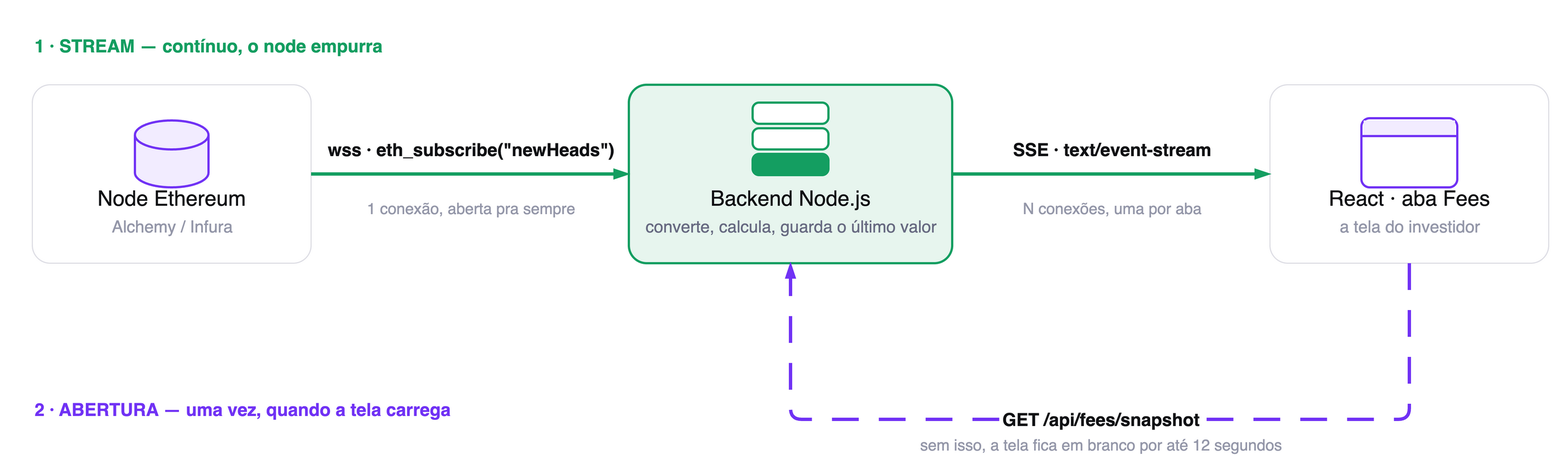
Earlier version of the draw.io export apps/web/public/diagrams/websocket-rpc-blockchain/arquitetura.png (Yuhtin/ics-select). Source tidied: cells renumbered, new cells last; positions are measured from the earlier drawing's top-left corner, leaving out a move shared by most shapes.
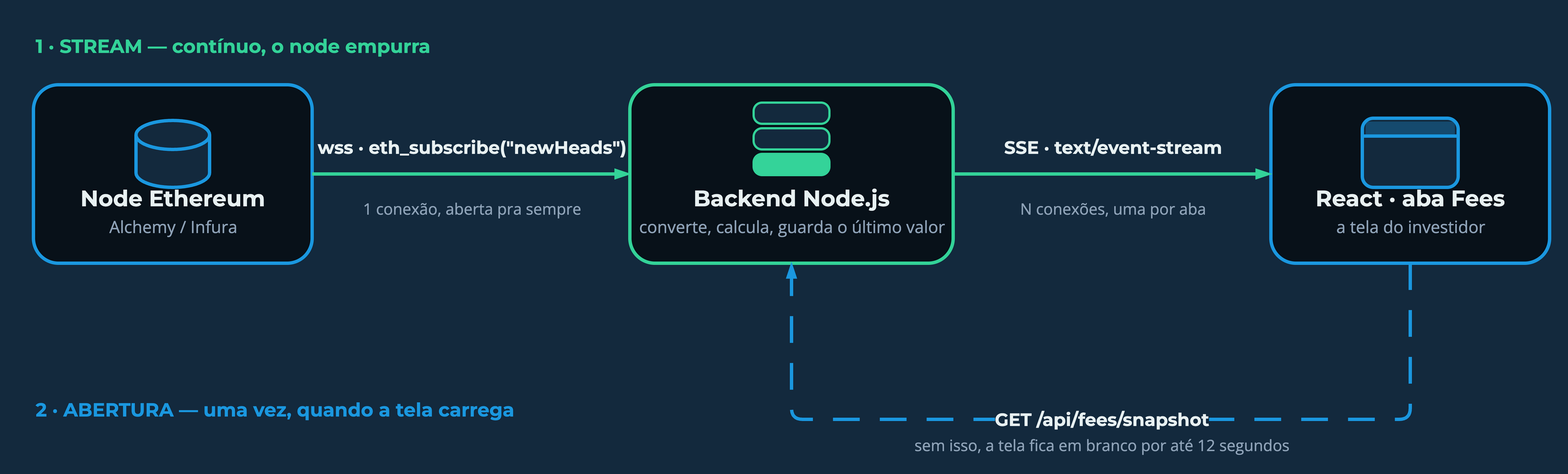
Later version of the same file.

What changed in the source:
```diff
@@ -1,71 +1,71 @@
-<mxGraphModel background="#ffffff">
+<mxGraphModel background="#13293d">
   <root>
     <mxCell id="0" />
     <mxCell id="1" parent="0" />
-    <mxCell id="2" value="1 · STREAM — contínuo, o node empurra" style="text;html=1;align=left;verticalAlign=middle;fontSize=16;fontStyle=1;fontColor=#149e61;fontFamily=Helvetica;" parent="1" vertex="1">
-      <mxGeometry width="440" height="26" as="geometry" />
+    <mxCell id="2" value="1 · STREAM — contínuo, o node empurra" style="text;html=1;align=left;verticalAlign=middle;fontSize=17;fontStyle=1;fontColor=#34d399;fontFamily=Montserrat;" parent="1" vertex="1">
+      <mxGeometry width="460" height="26" as="geometry" />
     </mxCell>
-    <mxCell id="3" value="Node Ethereum" style="rounded=1;arcSize=10;whiteSpace=wrap;html=1;fillColor=#ffffff;strokeColor=#dedee5;strokeWidth=1;fontSize=19;fontColor=#101114;fontFamily=Helvetica;verticalAlign=bottom;spacingBottom=44;" parent="1" vertex="1">
+    <mxCell id="3" value="Node Ethereum" style="rounded=1;arcSize=14;whiteSpace=wrap;html=1;fillColor=#081119;strokeColor=#1b98e0;strokeWidth=3;fontSize=20;fontColor=#e8f1f2;fontFamily=Montserrat;fontStyle=1;verticalAlign=bottom;spacingBottom=44;" parent="1" vertex="1">
       <mxGeometry y="48" width="250" height="160" as="geometry" />
     </mxCell>
-    <mxCell id="4" value="Alchemy / Infura" style="text;html=1;align=center;verticalAlign=middle;fontSize=15;fontColor=#9497a9;fontFamily=Helvetica;" parent="1" vertex="1">
+    <mxCell id="4" value="Alchemy / Infura" style="text;html=1;align=center;verticalAlign=middle;fontSize=15;fontColor=#8fa3b8;fontFamily=Open Sans;" parent="1" vertex="1">
       <mxGeometry y="164" width="250" height="22" as="geometry" />
     </mxCell>
-    <mxCell id="5" style="shape=cylinder3;boundedLbl=1;backgroundOutline=1;size=13;html=1;fillColor=#f2ecff;strokeColor=#7132f5;strokeWidth=2;" parent="1" vertex="1">
+    <mxCell id="5" style="shape=cylinder3;boundedLbl=1;backgroundOutline=1;size=13;html=1;fillColor=#13293d;strokeColor=#1b98e0;strokeWidth=3;" parent="1" vertex="1">
       <mxGeometry x="92" y="80" width="66" height="60" as="geometry" />
     </mxCell>
-    <mxCell id="6" value="Backend Node.js" style="rounded=1;arcSize=10;whiteSpace=wrap;html=1;fillColor=#e7f5ee;strokeColor=#149e61;strokeWidth=2;fontSize=19;fontColor=#101114;fontFamily=Helvetica;verticalAlign=bottom;spacingBottom=44;" parent="1" vertex="1">
+    <mxCell id="6" value="Backend Node.js" style="rounded=1;arcSize=14;whiteSpace=wrap;html=1;fillColor=#081119;strokeColor=#34d399;strokeWidth=3;fontSize=20;fontColor=#e8f1f2;fontFamily=Montserrat;fontStyle=1;verticalAlign=bottom;spacingBottom=44;" parent="1" vertex="1">
       <mxGeometry x="535" y="48" width="290" height="160" as="geometry" />
     </mxCell>
-    <mxCell id="7" value="converte, calcula, guarda o último valor" style="text;html=1;align=center;verticalAlign=middle;fontSize=15;fontColor=#686b82;fontFamily=Helvetica;" parent="1" vertex="1">
+    <mxCell id="7" value="converte, calcula, guarda o último valor" style="text;html=1;align=center;verticalAlign=middle;fontSize=15;fontColor=#8fa3b8;fontFamily=Open Sans;" parent="1" vertex="1">
       <mxGeometry x="535" y="164" width="290" height="22" as="geometry" />
     </mxCell>
-    <mxCell id="8" style="rounded=1;arcSize=30;html=1;fillColor=#ffffff;strokeColor=#149e61;strokeWidth=2;" parent="1" vertex="1">
+    <mxCell id="8" style="rounded=1;arcSize=40;html=1;fillColor=#13293d;strokeColor=#34d399;strokeWidth=2;" parent="1" vertex="1">
       <mxGeometry x="646" y="64" width="68" height="19" as="geometry" />
     </mxCell>
-    <mxCell id="9" style="rounded=1;arcSize=30;html=1;fillColor=#ffffff;strokeColor=#149e61;strokeWidth=2;" parent="1" vertex="1">
+    <mxCell id="9" style="rounded=1;arcSize=40;html=1;fillColor=#13293d;strokeColor=#34d399;strokeWidth=2;" parent="1" vertex="1">
       <mxGeometry x="646" y="87" width="68" height="19" as="geometry" />
     </mxCell>
-    <mxCell id="10" style="rounded=1;arcSize=30;html=1;fillColor=#149e61;strokeColor=#149e61;strokeWidth=2;" parent="1" vertex="1">
+    <mxCell id="10" style="rounded=1;arcSize=40;html=1;fillColor=#34d399;strokeColor=#34d399;strokeWidth=2;" parent="1" vertex="1">
       <mxGeometry x="646" y="110" width="68" height="19" as="geometry" />
     </mxCell>
-    <mxCell id="11" value="React · aba Fees" style="rounded=1;arcSize=10;whiteSpace=wrap;html=1;fillColor=#ffffff;strokeColor=#dedee5;strokeWidth=1;fontSize=19;fontColor=#101114;fontFamily=Helvetica;verticalAlign=bottom;spacingBottom=44;" parent="1" vertex="1">
+    <mxCell id="11" value="React · aba Fees" style="rounded=1;arcSize=14;whiteSpace=wrap;html=1;fillColor=#081119;strokeColor=#1b98e0;strokeWidth=3;fontSize=20;fontColor=#e8f1f2;fontFamily=Montserrat;fontStyle=1;verticalAlign=bottom;spacingBottom=44;" parent="1" vertex="1">
       <mxGeometry x="1110" y="48" width="250" height="160" as="geometry" />
     </mxCell>
-    <mxCell id="12" value="a tela do investidor" style="text;html=1;align=center;verticalAlign=middle;fontSize=15;fontColor=#9497a9;fontFamily=Helvetica;" parent="1" vertex="1">
+    <mxCell id="12" value="a tela do investidor" style="text;html=1;align=center;verticalAlign=middle;fontSize=15;fontColor=#8fa3b8;fontFamily=Open Sans;" parent="1" vertex="1">
       <mxGeometry x="1110" y="164" width="250" height="22" as="geometry" />
     </mxCell>
-    <mxCell id="13" style="rounded=1;arcSize=12;html=1;fillColor=#ffffff;strokeColor=#7132f5;strokeWidth=2;" parent="1" vertex="1">
+    <mxCell id="13" style="rounded=1;arcSize=16;html=1;fillColor=#13293d;strokeColor=#1b98e0;strokeWidth=3;" parent="1" vertex="1">
       <mxGeometry x="1192" y="78" width="86" height="62" as="geometry" />
     </mxCell>
-    <mxCell id="14" style="rounded=0;html=1;fillColor=#f2ecff;strokeColor=none;" parent="1" vertex="1">
-      <mxGeometry x="1194" y="80" width="82" height="14" as="geometry" />
+    <mxCell id="14" style="rounded=0;html=1;fillColor=#1b98e0;strokeColor=none;opacity=30;" parent="1" vertex="1">
+      <mxGeometry x="1195" y="81" width="80" height="13" as="geometry" />
     </mxCell>
-    <mxCell id="15" style="line;strokeWidth=2;html=1;strokeColor=#7132f5;" parent="1" vertex="1">
+    <mxCell id="15" style="line;strokeWidth=3;html=1;strokeColor=#1b98e0;" parent="1" vertex="1">
       <mxGeometry x="1192" y="93" width="86" height="2" as="geometry" />
     </mxCell>
-    <mxCell id="16" style="edgeStyle=orthogonalEdgeStyle;rounded=1;html=1;strokeColor=#149e61;strokeWidth=3;endArrow=blockThin;endFill=1;fontSize=15;fontColor=#101114;fontFamily=Helvetica;labelBackgroundColor=#ffffff;" parent="1" edge="1" source="3" target="6">
+    <mxCell id="16" style="edgeStyle=orthogonalEdgeStyle;rounded=1;html=1;strokeColor=#34d399;strokeWidth=3;endArrow=blockThin;endFill=1;fontFamily=Open Sans;" parent="1" edge="1" source="3" target="6">
       <mxGeometry relative="1" as="geometry" />
     </mxCell>
-    <mxCell id="17" value="wss · eth_subscribe(&quot;newHeads&quot;)" style="text;html=1;align=center;verticalAlign=middle;fontSize=16;fontColor=#101114;fontFamily=Helvetica;fontStyle=1;" parent="1" vertex="1">
-      <mxGeometry x="250" y="94" width="285" height="24" as="geometry" />
+    <mxCell id="17" value="wss · eth_subscribe(&quot;newHeads&quot;)" style="text;html=1;align=center;verticalAlign=middle;fontSize=16;fontColor=#e8f1f2;fontFamily=Montserrat;fontStyle=1;" parent="1" vertex="1">
+      <mxGeometry x="250" y="92" width="285" height="24" as="geometry" />
     </mxCell>
-    <mxCell id="18" value="1 conexão, aberta pra sempre" style="text;html=1;align=center;verticalAlign=middle;fontSize=14;fontColor=#9497a9;fontFamily=Helvetica;" parent="1" vertex="1">
+    <mxCell id="18" value="1 conexão, aberta pra sempre" style="text;html=1;align=center;verticalAlign=middle;fontSize=14;fontColor=#8fa3b8;fontFamily=Open Sans;" parent="1" vertex="1">
       <mxGeometry x="250" y="148" width="285" height="22" as="geometry" />
     </mxCell>
-    <mxCell id="19" style="edgeStyle=orthogonalEdgeStyle;rounded=1;html=1;strokeColor=#149e61;strokeWidth=3;endArrow=blockThin;endFill=1;fontSize=15;fontFamily=Helvetica;" parent="1" edge="1" source="6" target="11">
+    <mxCell id="19" style="edgeStyle=orthogonalEdgeStyle;rounded=1;html=1;strokeColor=#34d399;strokeWidth=3;endArrow=blockThin;endFill=1;fontFamily=Open Sans;" parent="1" edge="1" source="6" target="11">
       <mxGeometry relative="1" as="geometry" />
     </mxCell>
-    <mxCell id="20" value="SSE · text/event-stream" style="text;html=1;align=center;verticalAlign=middle;fontSize=16;fontColor=#101114;fontFamily=Helvetica;fontStyle=1;" parent="1" vertex="1">
-      <mxGeometry x="825" y="94" width="285" height="24" as="geometry" />
+    <mxCell id="20" value="SSE · text/event-stream" style="text;html=1;align=center;verticalAlign=middle;fontSize=16;fontColor=#e8f1f2;fontFamily=Montserrat;fontStyle=1;" parent="1" vertex="1">
+      <mxGeometry x="825" y="92" width="285" height="24" as="geometry" />
     </mxCell>
-    <mxCell id="21" value="N conexões, uma por aba" style="text;html=1;align=center;verticalAlign=middle;fontSize=14;fontColor=#9497a9;fontFamily=Helvetica;" parent="1" vertex="1">
+    <mxCell id="21" value="N conexões, uma por aba" style="text;html=1;align=center;verticalAlign=middle;fontSize=14;fontColor=#8fa3b8;fontFamily=Open Sans;" parent="1" vertex="1">
       <mxGeometry x="825" y="148" width="285" height="22" as="geometry" />
     </mxCell>
-    <mxCell id="22" value="2 · ABERTURA — uma vez, quando a tela carrega" style="text;html=1;align=left;verticalAlign=middle;fontSize=16;fontStyle=1;fontColor=#7132f5;fontFamily=Helvetica;" parent="1" vertex="1">
-      <mxGeometry y="326" width="470" height="26" as="geometry" />
+    <mxCell id="22" value="2 · ABERTURA — uma vez, quando a tela carrega" style="text;html=1;align=left;verticalAlign=middle;fontSize=17;fontStyle=1;fontColor=#1b98e0;fontFamily=Montserrat;" parent="1" vertex="1">
+      <mxGeometry y="326" width="500" height="26" as="geometry" />
     </mxCell>
-    <mxCell id="23" value="GET /api/fees/snapshot" style="edgeStyle=orthogonalEdgeStyle;rounded=1;html=1;strokeColor=#7132f5;strokeWidth=3;dashed=1;dashPattern=8 6;endArrow=blockThin;endFill=1;fontSize=16;fontColor=#101114;fontFamily=Helvetica;fontStyle=1;labelBackgroundColor=#ffffff;exitX=0.5;exitY=1;exitDx=0;exitDy=0;entryX=0.5;entryY=1;entryDx=0;entryDy=0;" parent="1" edge="1" source="11" target="6">
+    <mxCell id="23" value="GET /api/fees/snapshot" style="edgeStyle=orthogonalEdgeStyle;rounded=1;html=1;strokeColor=#1b98e0;strokeWidth=3;dashed=1;dashPattern=8 6;endArrow=blockThin;endFill=1;fontSize=16;fontColor=#e8f1f2;fontFamily=Montserrat;fontStyle=1;labelBackgroundColor=#13293d;exitX=0.5;exitY=1;exitDx=0;exitDy=0;entryX=0.5;entryY=1;entryDx=0;entryDy=0;" parent="1" edge="1" source="11" target="6">
       <mxGeometry relative="1" as="geometry">
         <Array as="points">
           <mxPoint x="1235" y="348" />
@@ -73,7 +73,7 @@
         </Array>
       </mxGeometry>
     </mxCell>
-    <mxCell id="24" value="sem isso, a tela fica em branco por até 12 segundos" style="text;html=1;align=center;verticalAlign=middle;fontSize=14;fontColor=#9497a9;fontFamily=Helvetica;" parent="1" vertex="1">
+    <mxCell id="24" value="sem isso, a tela fica em branco por até 12 segundos" style="text;html=1;align=center;verticalAlign=middle;fontSize=14;fontColor=#8fa3b8;fontFamily=Open Sans;" parent="1" vertex="1">
       <mxGeometry x="720" y="360" width="475" height="22" as="geometry" />
     </mxCell>
   </root>
```
